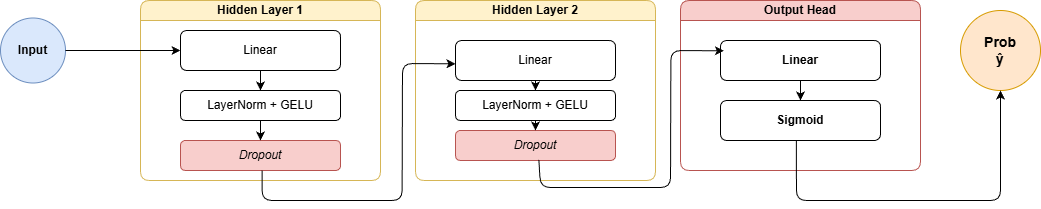
Fonty02/HallucinationDetection keeps this draw.io diagram as Documentazione/images/modelsss/MLPApp1.png. Above is the earlier version. Source tidied: cells renumbered, new cells last; positions are measured from the earlier drawing's top-left corner, leaving out a move shared by most shapes. The source it was exported from:
```xml
<mxGraphModel>
  <root>
    <mxCell id="0" />
    <mxCell id="1" parent="0" />
    <mxCell id="2" value="Input" style="ellipse;whiteSpace=wrap;html=1;fillColor=#dae8fc;strokeColor=#6c8ebf;fontStyle=1;" parent="1" vertex="1">
      <mxGeometry y="17.5" width="65" height="65" as="geometry" />
    </mxCell>
    <mxCell id="3" value="Hidden Layer 1" style="swimlane;whiteSpace=wrap;html=1;fillColor=#fff2cc;strokeColor=#d6b656;startSize=20;rounded=1;" parent="1" vertex="1">
      <mxGeometry x="140" width="240" height="180" as="geometry" />
    </mxCell>
    <mxCell id="4" value="Linear" style="rounded=1;whiteSpace=wrap;html=1;fillColor=#ffffff;strokeColor=#000000;" parent="3" vertex="1">
      <mxGeometry x="40" y="30" width="160" height="40" as="geometry" />
    </mxCell>
    <mxCell id="5" value="LayerNorm + GELU" style="rounded=1;whiteSpace=wrap;html=1;fillColor=#ffffff;strokeColor=#000000;" parent="3" vertex="1">
      <mxGeometry x="40" y="90" width="160" height="30" as="geometry" />
    </mxCell>
    <mxCell id="6" value="Dropout" style="rounded=1;whiteSpace=wrap;html=1;fillColor=#f8cecc;strokeColor=#b85450;fontStyle=2;" parent="3" vertex="1">
      <mxGeometry x="40" y="140" width="160" height="30" as="geometry" />
    </mxCell>
    <mxCell id="7" parent="3" edge="1" source="4" target="5">
      <mxGeometry relative="1" as="geometry" />
    </mxCell>
    <mxCell id="8" parent="3" edge="1" source="5" target="6">
      <mxGeometry relative="1" as="geometry" />
    </mxCell>
    <mxCell id="9" value="Hidden Layer 2" style="swimlane;whiteSpace=wrap;html=1;fillColor=#fff2cc;strokeColor=#d6b656;startSize=20;rounded=1;" parent="1" vertex="1">
      <mxGeometry x="415" width="240" height="180" as="geometry" />
    </mxCell>
    <mxCell id="10" value="Linear" style="rounded=1;whiteSpace=wrap;html=1;fillColor=#ffffff;strokeColor=#000000;" parent="9" vertex="1">
      <mxGeometry x="40" y="40" width="160" height="40" as="geometry" />
    </mxCell>
    <mxCell id="11" value="LayerNorm + GELU" style="rounded=1;whiteSpace=wrap;html=1;fillColor=#ffffff;strokeColor=#000000;" parent="9" vertex="1">
      <mxGeometry x="40" y="90" width="160" height="30" as="geometry" />
    </mxCell>
    <mxCell id="12" value="Dropout" style="rounded=1;whiteSpace=wrap;html=1;fillColor=#f8cecc;strokeColor=#b85450;fontStyle=2;" parent="9" vertex="1">
      <mxGeometry x="40" y="130" width="160" height="30" as="geometry" />
    </mxCell>
    <mxCell id="13" parent="9" edge="1" source="10" target="11">
      <mxGeometry relative="1" as="geometry" />
    </mxCell>
    <mxCell id="14" parent="9" edge="1" source="11" target="12">
      <mxGeometry relative="1" as="geometry" />
    </mxCell>
    <mxCell id="15" style="exitX=0.5;exitY=1;exitDx=0;exitDy=0;entryX=-0.01;entryY=0.583;entryDx=0;entryDy=0;entryPerimeter=0;" parent="9" edge="1">
      <mxGeometry relative="1" as="geometry">
        <mxPoint x="-153.4" y="170" as="sourcePoint" />
        <mxPoint x="40" y="63.3" as="targetPoint" />
        <Array as="points">
          <mxPoint x="-153.4" y="200" />
          <mxPoint x="-13.4" y="200" />
          <mxPoint x="-13" y="63" />
        </Array>
      </mxGeometry>
    </mxCell>
    <mxCell id="16" value="Output Head" style="swimlane;whiteSpace=wrap;html=1;fillColor=#f8cecc;strokeColor=#b85450;startSize=20;rounded=1;" parent="1" vertex="1">
      <mxGeometry x="680" width="240" height="170" as="geometry" />
    </mxCell>
    <mxCell id="17" value="Linear" style="rounded=1;whiteSpace=wrap;html=1;fillColor=#ffffff;strokeColor=#000000;fontStyle=1;" parent="16" vertex="1">
      <mxGeometry x="40" y="40" width="160" height="40" as="geometry" />
    </mxCell>
    <mxCell id="18" value="Sigmoid" style="rounded=1;whiteSpace=wrap;html=1;fillColor=#ffffff;strokeColor=#000000;fontStyle=1;" parent="16" vertex="1">
      <mxGeometry x="40" y="100" width="160" height="40" as="geometry" />
    </mxCell>
    <mxCell id="19" style="endArrow=classic;html=1;rounded=0;entryX=0.5;entryY=0;entryDx=0;entryDy=0;exitX=0.5;exitY=1;exitDx=0;exitDy=0;" parent="16" edge="1" source="17" target="18">
      <mxGeometry relative="1" as="geometry" />
    </mxCell>
    <mxCell id="20" value="Prob&lt;br&gt;ŷ" style="ellipse;whiteSpace=wrap;html=1;fillColor=#ffe6cc;strokeColor=#d79b00;fontStyle=1;fontSize=14;" parent="1" vertex="1">
      <mxGeometry x="960" y="10" width="80" height="80" as="geometry" />
    </mxCell>
    <mxCell id="21" parent="1" edge="1" source="2" target="4">
      <mxGeometry relative="1" as="geometry" />
    </mxCell>
    <mxCell id="22" style="exitX=0.474;exitY=0.993;exitDx=0;exitDy=0;exitPerimeter=0;" parent="1" edge="1" source="18" target="20">
      <mxGeometry relative="1" as="geometry">
        <Array as="points">
          <mxPoint x="796" y="200" />
          <mxPoint x="1000" y="200" />
        </Array>
      </mxGeometry>
    </mxCell>
    <mxCell id="23" style="exitX=0.521;exitY=0.978;exitDx=0;exitDy=0;entryX=-0.01;entryY=0.583;entryDx=0;entryDy=0;entryPerimeter=0;exitPerimeter=0;" parent="1" edge="1" source="12">
      <mxGeometry relative="1" as="geometry">
        <mxPoint x="723.4" y="50.3" as="targetPoint" />
        <Array as="points">
          <mxPoint x="540" y="187" />
          <mxPoint x="670" y="187" />
          <mxPoint x="670.4" y="50" />
        </Array>
      </mxGeometry>
    </mxCell>
  </root>
</mxGraphModel>
```
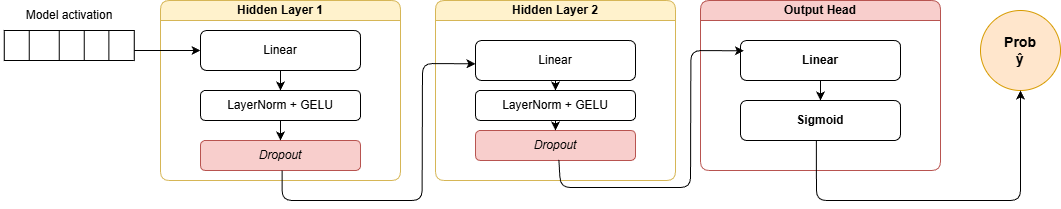
The same file after the commit.

Diff of the diagram source:
```diff
@@ -2,9 +2,6 @@
   <root>
     <mxCell id="0" />
     <mxCell id="1" parent="0" />
-    <mxCell id="2" value="Input" style="ellipse;whiteSpace=wrap;html=1;fillColor=#dae8fc;strokeColor=#6c8ebf;fontStyle=1;" parent="1" vertex="1">
-      <mxGeometry y="17.5" width="65" height="65" as="geometry" />
-    </mxCell>
     <mxCell id="3" value="Hidden Layer 1" style="swimlane;whiteSpace=wrap;html=1;fillColor=#fff2cc;strokeColor=#d6b656;startSize=20;rounded=1;" parent="1" vertex="1">
       <mxGeometry x="140" width="240" height="180" as="geometry" />
     </mxCell>
@@ -67,8 +64,10 @@
     <mxCell id="20" value="Prob&lt;br&gt;ŷ" style="ellipse;whiteSpace=wrap;html=1;fillColor=#ffe6cc;strokeColor=#d79b00;fontStyle=1;fontSize=14;" parent="1" vertex="1">
       <mxGeometry x="960" y="10" width="80" height="80" as="geometry" />
     </mxCell>
-    <mxCell id="21" parent="1" edge="1" source="2" target="4">
-      <mxGeometry relative="1" as="geometry" />
+    <mxCell id="21" parent="1" edge="1" target="4">
+      <mxGeometry relative="1" as="geometry">
+        <mxPoint x="65" y="50" as="sourcePoint" />
+      </mxGeometry>
     </mxCell>
     <mxCell id="22" style="exitX=0.474;exitY=0.993;exitDx=0;exitDy=0;exitPerimeter=0;" parent="1" edge="1" source="18" target="20">
       <mxGeometry relative="1" as="geometry">
@@ -88,5 +87,38 @@
         </Array>
       </mxGeometry>
     </mxCell>
+    <mxCell id="24" style="group;rotation=90;" parent="1" vertex="1">
+      <mxGeometry x="33.8" y="-20" width="30" height="130" as="geometry" />
+    </mxCell>
+    <mxCell id="25" style="rounded=0;whiteSpace=wrap;html=1;rotation=180;" parent="24" vertex="1">
+      <mxGeometry x="-50" y="50" width="130" height="30" as="geometry" />
+    </mxCell>
+    <mxCell id="26" style="endArrow=none;html=1;rounded=0;exitX=0.195;exitY=0.997;exitDx=0;exitDy=0;exitPerimeter=0;entryX=0.195;entryY=0.003;entryDx=0;entryDy=0;entryPerimeter=0;" parent="24" edge="1" source="25" target="25">
+      <mxGeometry relative="1" as="geometry" />
+    </mxCell>
+    <mxCell id="27" style="endArrow=none;html=1;rounded=0;exitX=0.195;exitY=0.997;exitDx=0;exitDy=0;exitPerimeter=0;entryX=0.195;entryY=0.003;entryDx=0;entryDy=0;entryPerimeter=0;" parent="24" edge="1">
+      <mxGeometry relative="1" as="geometry">
+        <mxPoint x="30" y="50" as="sourcePoint" />
+        <mxPoint x="30" y="80" as="targetPoint" />
+      </mxGeometry>
+    </mxCell>
+    <mxCell id="28" style="endArrow=none;html=1;rounded=0;exitX=0.195;exitY=0.997;exitDx=0;exitDy=0;exitPerimeter=0;entryX=0.195;entryY=0.003;entryDx=0;entryDy=0;entryPerimeter=0;" parent="24" edge="1">
+      <mxGeometry relative="1" as="geometry">
+        <mxPoint x="5" y="50" as="sourcePoint" />
+        <mxPoint x="5" y="80" as="targetPoint" />
+      </mxGeometry>
+    </mxCell>
+    <mxCell id="29" style="endArrow=none;html=1;rounded=0;exitX=0.195;exitY=0.997;exitDx=0;exitDy=0;exitPerimeter=0;entryX=0.195;entryY=0.003;entryDx=0;entryDy=0;entryPerimeter=0;" parent="24" edge="1">
+      <mxGeometry relative="1" as="geometry">
+        <mxPoint x="-25" y="50" as="sourcePoint" />
+        <mxPoint x="-25" y="80" as="targetPoint" />
+        <Array as="points">
+          <mxPoint x="-25" y="60" />
+        </Array>
+      </mxGeometry>
+    </mxCell>
+    <mxCell id="30" value="Model activation" style="text;html=1;whiteSpace=wrap;strokeColor=none;fillColor=none;align=center;verticalAlign=middle;rounded=0;" parent="1" vertex="1">
+      <mxGeometry x="-20" width="137.5" height="30" as="geometry" />
+    </mxCell>
   </root>
 </mxGraphModel>
```
